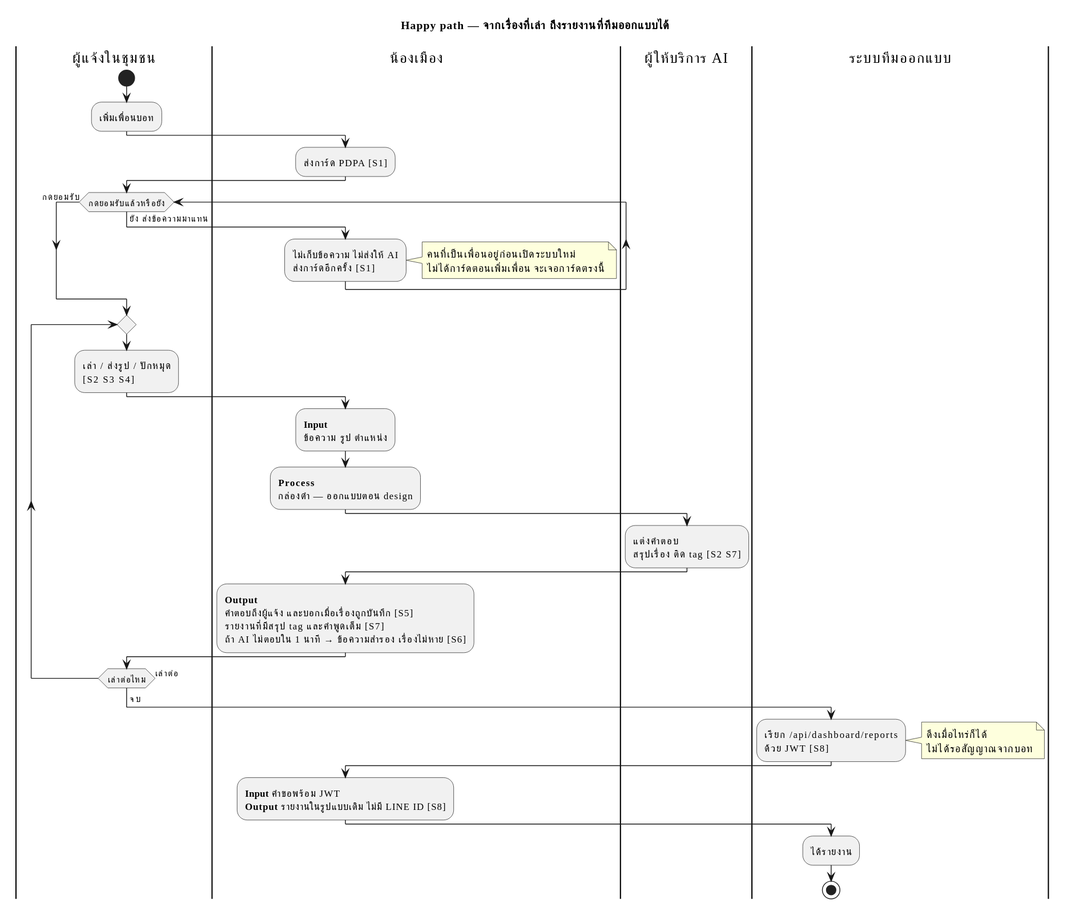
tonkitcstu/ucr-smartcity_chatbot keeps this PlantUML diagram as docs/requirements/05-activitydiagram/happy-path.svg. Above is the earlier version. Its diagram source:
```plantuml
@startuml
skinparam defaultFontName "Thonburi"
skinparam shadowing false

title Happy path — จากเรื่องที่เล่า ถึงรายงานที่ทีมออกแบบได้

|ผู้แจ้งในชุมชน|
start
:เพิ่มเพื่อนบอท;

|น้องเมือง|
:ส่งการ์ด PDPA [S1];

|ผู้แจ้งในชุมชน|
while (กดยอมรับแล้วหรือยัง) is (ยัง ส่งข้อความมาแทน)
  |น้องเมือง|
  :ไม่เก็บข้อความ ไม่ส่งให้ AI
  ส่งการ์ดอีกครั้ง [S1];
  note right
    คนที่เป็นเพื่อนอยู่ก่อนเปิดระบบใหม่
    ไม่ได้การ์ดตอนเพิ่มเพื่อน จะเจอการ์ดตรงนี้
  end note
  |ผู้แจ้งในชุมชน|
endwhile (กดยอมรับ)

repeat
  :เล่า / ส่งรูป / ปักหมุด
  [S2 S3 S4];

  |น้องเมือง|
  :<b>Input</b>
  ข้อความ รูป ตำแหน่ง;
  :<b>Process</b>
  กล่องดำ — ออกแบบตอน design;

  |ผู้ให้บริการ AI|
  :แต่งคำตอบ
  สรุปเรื่อง ติด tag [S2 S7];

  |น้องเมือง|
  :<b>Output</b>
  คำตอบถึงผู้แจ้ง และบอกเมื่อเรื่องถูกบันทึก [S5]
  รายงานที่มีสรุป tag และคำพูดเต็ม [S7]
  ถ้า AI ไม่ตอบใน 1 นาที → ข้อความสำรอง เรื่องไม่หาย [S6];

  |ผู้แจ้งในชุมชน|
repeat while (เล่าต่อไหม) is (เล่าต่อ)
->จบ;

|ระบบทีมออกแบบ|
:เรียก /api/dashboard/reports
ด้วย JWT [S8];
note right
  ดึงเมื่อไหร่ก็ได้
  ไม่ได้รอสัญญาณจากบอท
end note

|น้องเมือง|
:<b>Input</b> คำขอพร้อม JWT
<b>Output</b> รายงานในรูปแบบเดิม ไม่มี LINE ID [S8];

|ระบบทีมออกแบบ|
:ได้รายงาน;
stop
@enduml
```
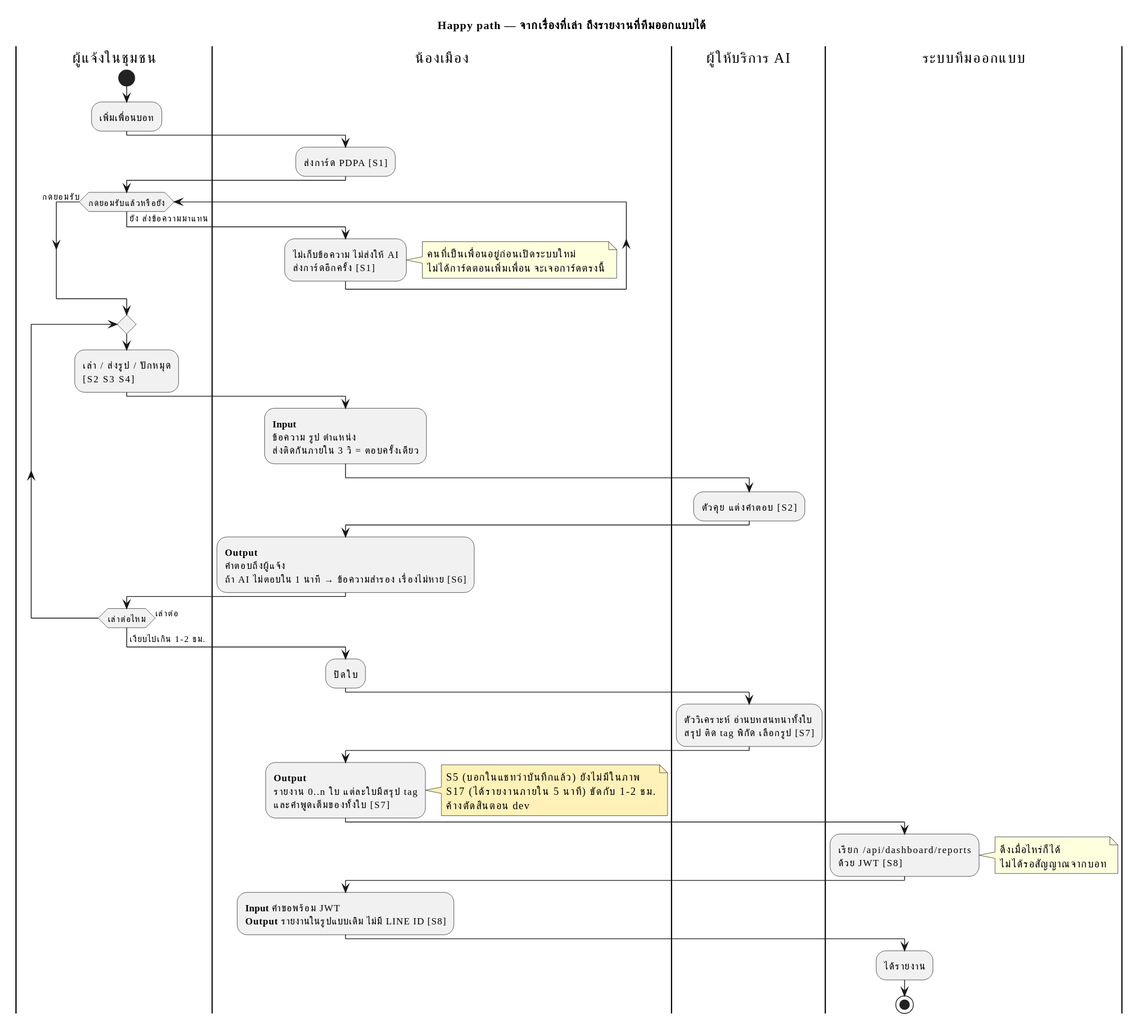
The same file after the commit.

Commit message:
docs(requirements): activity diagram — แยกตัวคุย/ตัววิเคราะห์, debounce 3 วิ, รายงาน 0..n ใบหลังปิดใบ

The edit, as a diff of the source:
```diff
@@ -29,23 +29,37 @@
 
   |น้องเมือง|
   :<b>Input</b>
-  ข้อความ รูป ตำแหน่ง;
-  :<b>Process</b>
-  กล่องดำ — ออกแบบตอน design;
+  ข้อความ รูป ตำแหน่ง
+  ส่งติดกันภายใน 3 วิ = ตอบครั้งเดียว;
 
   |ผู้ให้บริการ AI|
-  :แต่งคำตอบ
-  สรุปเรื่อง ติด tag [S2 S7];
+  :ตัวคุย แต่งคำตอบ [S2];
 
   |น้องเมือง|
   :<b>Output</b>
-  คำตอบถึงผู้แจ้ง และบอกเมื่อเรื่องถูกบันทึก [S5]
-  รายงานที่มีสรุป tag และคำพูดเต็ม [S7]
+  คำตอบถึงผู้แจ้ง
   ถ้า AI ไม่ตอบใน 1 นาที → ข้อความสำรอง เรื่องไม่หาย [S6];
 
   |ผู้แจ้งในชุมชน|
 repeat while (เล่าต่อไหม) is (เล่าต่อ)
-->จบ;
+->เงียบไปเกิน 1-2 ชม.;
+
+|น้องเมือง|
+:ปิดใบ;
+
+|ผู้ให้บริการ AI|
+:ตัววิเคราะห์ อ่านบทสนทนาทั้งใบ
+สรุป ติด tag พิกัด เลือกรูป [S7];
+
+|น้องเมือง|
+:<b>Output</b>
+รายงาน 0..n ใบ แต่ละใบมีสรุป tag
+และคำพูดเต็มของทั้งใบ [S7];
+note right #FFF1B8
+  S5 (บอกในแชทว่าบันทึกแล้ว) ยังไม่มีในภาพ
+  S17 (ได้รายงานภายใน 5 นาที) ขัดกับ 1-2 ชม.
+  ค้างตัดสินตอน dev
+end note
 
 |ระบบทีมออกแบบ|
 :เรียก /api/dashboard/reports
```
